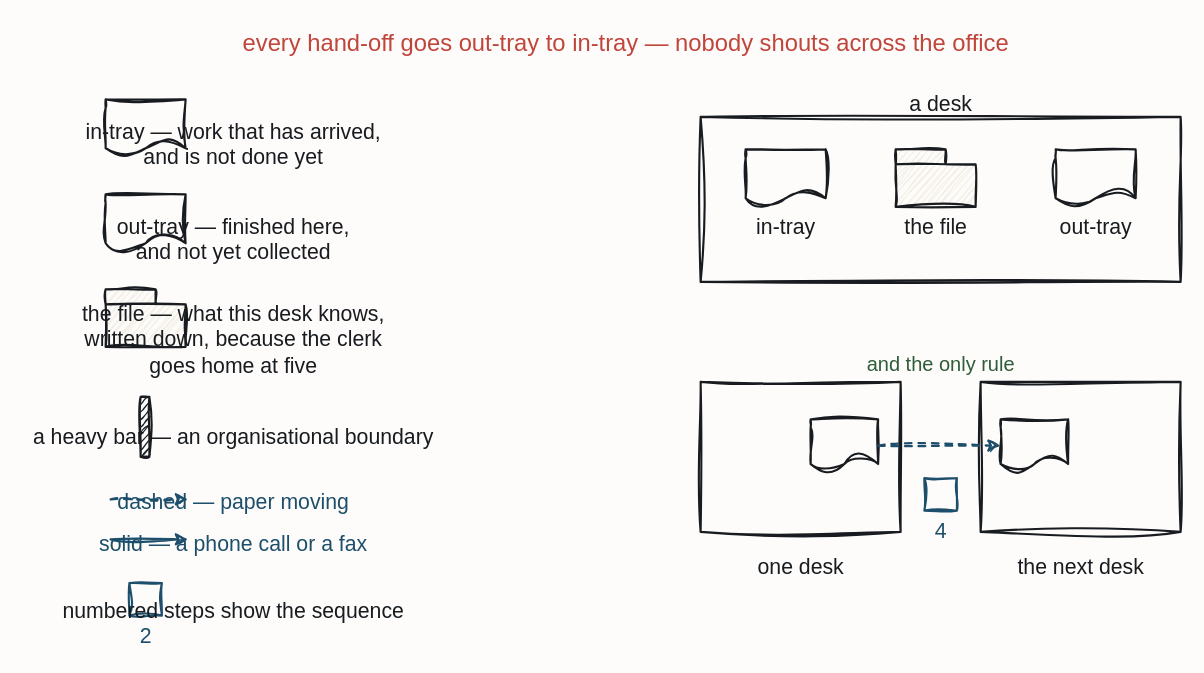
The draw.io diagram resources/paper-notation-key.drawio in iancooper/practical-messaging, before the edit. Source tidied: cells renumbered, new cells numbered last; positions are measured from the earlier drawing's top-left corner, leaving out a move shared by most shapes. Both pictures are drawn from the tidied source at 125%, with x=0, y=0 at pixel (105, 21).
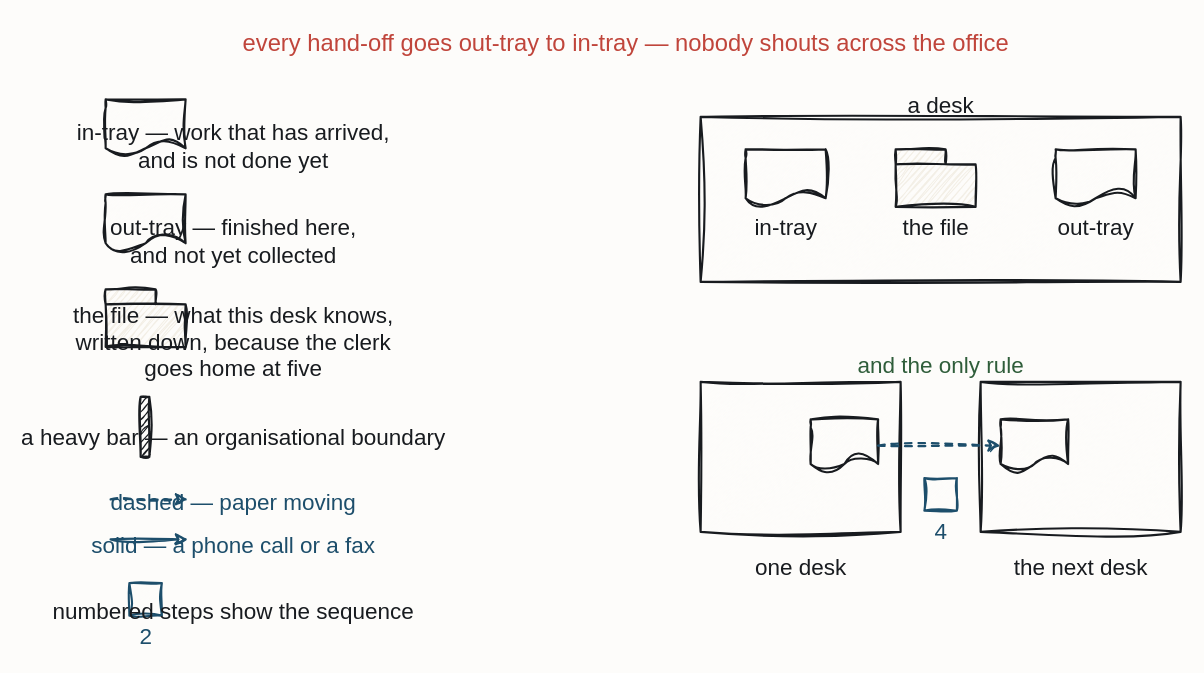
Above is the later version.

Unchanged cells that the change refers to:
```xml
<mxCell id="23" style="sketch=1;hachureGap=4;jiggle=2;curveFitting=1;fontFamily=Caveat;html=1;shape=document;boundedLbl=1;verticalLabelPosition=bottom;verticalAlign=top;strokeColor=#181B1F;strokeWidth=1.7;fillColor=#FDFCFA;fontColor=#181B1F;fontSize=13;" parent="1" vertex="1">
  <mxGeometry x="564" y="318" width="54" height="42" as="geometry" />
</mxCell>
<mxCell id="24" style="sketch=1;hachureGap=4;jiggle=2;curveFitting=1;fontFamily=Caveat;html=1;shape=document;boundedLbl=1;verticalLabelPosition=bottom;verticalAlign=top;strokeColor=#181B1F;strokeWidth=1.7;fillColor=#FDFCFA;fontColor=#181B1F;fontSize=13;" parent="1" vertex="1">
  <mxGeometry x="716" y="318" width="54" height="42" as="geometry" />
</mxCell>
```

Change to the diagram source:
```diff
@@
-    <mxCell id="4" value="in-tray — work that has arrived,&#10;and is not done yet" style="text;html=1;align=center;fontFamily=Caveat;fontSize=17;fontColor=#181B1F;" parent="1" vertex="1">
+    <mxCell id="4" value="in-tray — work that has arrived,&#10;and is not done yet" style="text;html=1;align=center;fontFamily=Caveat;fontSize=18;fontColor=#181B1F;" parent="1" vertex="1">
       <mxGeometry x="42" y="72" width="120" height="20" as="geometry" />
     </mxCell>
@@
-    <mxCell id="6" value="out-tray — finished here,&#10;and not yet collected" style="text;html=1;align=center;fontFamily=Caveat;fontSize=17;fontColor=#181B1F;" parent="1" vertex="1">
+    <mxCell id="6" value="out-tray — finished here,&#10;and not yet collected" style="text;html=1;align=center;fontFamily=Caveat;fontSize=18;fontColor=#181B1F;" parent="1" vertex="1">
       <mxGeometry x="42" y="148" width="120" height="20" as="geometry" />
     </mxCell>
@@
-    <mxCell id="8" value="the file — what this desk knows,&#10;written down, because the clerk&#10;goes home at five" style="text;html=1;align=center;fontFamily=Caveat;fontSize=17;fontColor=#181B1F;" parent="1" vertex="1">
+    <mxCell id="8" value="the file — what this desk knows,&#10;written down, because the clerk&#10;goes home at five" style="text;html=1;align=center;fontFamily=Caveat;fontSize=18;fontColor=#181B1F;" parent="1" vertex="1">
       <mxGeometry x="42" y="218" width="120" height="20" as="geometry" />
     </mxCell>
@@
-    <mxCell id="10" value="a heavy bar — an organisational boundary" style="text;html=1;align=center;fontFamily=Caveat;fontSize=17;fontColor=#181B1F;" parent="1" vertex="1">
+    <mxCell id="10" value="a heavy bar — an organisational boundary" style="text;html=1;align=center;fontFamily=Caveat;fontSize=18;fontColor=#181B1F;" parent="1" vertex="1">
       <mxGeometry x="42" y="316" width="120" height="20" as="geometry" />
     </mxCell>
-    <mxCell id="11" value="dashed — paper moving" style="text;html=1;align=center;fontFamily=Caveat;fontSize=17;fontColor=#1D4E6B;" parent="1" vertex="1">
+    <mxCell id="11" value="dashed — paper moving" style="text;html=1;align=center;fontFamily=Caveat;fontSize=18;fontColor=#1D4E6B;" parent="1" vertex="1">
       <mxGeometry x="42" y="368" width="120" height="20" as="geometry" />
     </mxCell>
-    <mxCell id="12" value="solid — a phone call or a fax" style="text;html=1;align=center;fontFamily=Caveat;fontSize=17;fontColor=#1D4E6B;" parent="1" vertex="1">
+    <mxCell id="12" value="solid — a phone call or a fax" style="text;html=1;align=center;fontFamily=Caveat;fontSize=18;fontColor=#1D4E6B;" parent="1" vertex="1">
       <mxGeometry x="42" y="402" width="120" height="20" as="geometry" />
     </mxCell>
-    <mxCell id="13" value="2" style="sketch=1;hachureGap=4;jiggle=2;curveFitting=1;fontFamily=Caveat;html=1;rounded=0;verticalLabelPosition=bottom;verticalAlign=top;strokeColor=#1D4E6B;strokeWidth=1.7;fillColor=#FDFCFA;fontColor=#1D4E6B;fontSize=17;" parent="1" vertex="1">
+    <mxCell id="13" value="2" style="sketch=1;hachureGap=4;jiggle=2;curveFitting=1;fontFamily=Caveat;html=1;rounded=0;verticalLabelPosition=bottom;verticalAlign=top;strokeColor=#1D4E6B;strokeWidth=1.7;fillColor=#FDFCFA;fontColor=#1D4E6B;fontSize=18;" parent="1" vertex="1">
       <mxGeometry x="19" y="449" width="26" height="26" as="geometry" />
     </mxCell>
-    <mxCell id="14" value="numbered steps show the sequence" style="text;html=1;align=center;fontFamily=Caveat;fontSize=17;fontColor=#181B1F;" parent="1" vertex="1">
+    <mxCell id="14" value="numbered steps show the sequence" style="text;html=1;align=center;fontFamily=Caveat;fontSize=18;fontColor=#181B1F;" parent="1" vertex="1">
       <mxGeometry x="42" y="455" width="120" height="20" as="geometry" />
     </mxCell>
-    <mxCell id="15" value="a desk" style="text;html=1;align=center;fontFamily=Caveat;fontSize=17;fontColor=#181B1F;" parent="1" vertex="1">
+    <mxCell id="15" value="a desk" style="text;html=1;align=center;fontFamily=Caveat;fontSize=18;fontColor=#181B1F;" parent="1" vertex="1">
       <mxGeometry x="608" y="50" width="120" height="20" as="geometry" />
     </mxCell>
@@
-    <mxCell id="17" value="in-tray" style="sketch=1;hachureGap=4;jiggle=2;curveFitting=1;fontFamily=Caveat;html=1;shape=document;boundedLbl=1;verticalLabelPosition=bottom;verticalAlign=top;strokeColor=#181B1F;strokeWidth=1.7;fillColor=#FDFCFA;fontColor=#181B1F;fontSize=17;" parent="1" vertex="1">
+    <mxCell id="17" value="in-tray" style="sketch=1;hachureGap=4;jiggle=2;curveFitting=1;fontFamily=Caveat;html=1;shape=document;boundedLbl=1;verticalLabelPosition=bottom;verticalAlign=top;strokeColor=#181B1F;strokeWidth=1.7;fillColor=#FDFCFA;fontColor=#181B1F;fontSize=18;" parent="1" vertex="1">
       <mxGeometry x="512" y="102" width="64" height="46" as="geometry" />
     </mxCell>
-    <mxCell id="18" value="the file" style="sketch=1;hachureGap=4;jiggle=2;curveFitting=1;fontFamily=Caveat;html=1;shape=folder;tabWidth=40;tabHeight=12;tabPosition=left;verticalLabelPosition=bottom;verticalAlign=top;strokeColor=#181B1F;strokeWidth=1.7;fillColor=#F3EFE6;fontColor=#181B1F;fontSize=17;" parent="1" vertex="1">
+    <mxCell id="18" value="the file" style="sketch=1;hachureGap=4;jiggle=2;curveFitting=1;fontFamily=Caveat;html=1;shape=folder;tabWidth=40;tabHeight=12;tabPosition=left;verticalLabelPosition=bottom;verticalAlign=top;strokeColor=#181B1F;strokeWidth=1.7;fillColor=#F3EFE6;fontColor=#181B1F;fontSize=18;" parent="1" vertex="1">
       <mxGeometry x="632" y="102" width="64" height="46" as="geometry" />
     </mxCell>
-    <mxCell id="19" value="out-tray" style="sketch=1;hachureGap=4;jiggle=2;curveFitting=1;fontFamily=Caveat;html=1;shape=document;boundedLbl=1;verticalLabelPosition=bottom;verticalAlign=top;strokeColor=#181B1F;strokeWidth=1.7;fillColor=#FDFCFA;fontColor=#181B1F;fontSize=17;" parent="1" vertex="1">
+    <mxCell id="19" value="out-tray" style="sketch=1;hachureGap=4;jiggle=2;curveFitting=1;fontFamily=Caveat;html=1;shape=document;boundedLbl=1;verticalLabelPosition=bottom;verticalAlign=top;strokeColor=#181B1F;strokeWidth=1.7;fillColor=#FDFCFA;fontColor=#181B1F;fontSize=18;" parent="1" vertex="1">
       <mxGeometry x="760" y="102" width="64" height="46" as="geometry" />
     </mxCell>
-    <mxCell id="20" value="and the only rule" style="text;html=1;align=center;fontFamily=Caveat;fontSize=16;fontColor=#2F5D3A;" parent="1" vertex="1">
+    <mxCell id="20" value="and the only rule" style="text;html=1;align=center;fontFamily=Caveat;fontSize=18;fontColor=#2F5D3A;" parent="1" vertex="1">
       <mxGeometry x="608" y="258" width="120" height="20" as="geometry" />
     </mxCell>
@@
-    <mxCell id="25" value="4" style="sketch=1;hachureGap=4;jiggle=2;curveFitting=1;fontFamily=Caveat;html=1;rounded=0;verticalLabelPosition=bottom;verticalAlign=top;strokeColor=#1D4E6B;strokeWidth=1.7;fillColor=#FDFCFA;fontColor=#1D4E6B;fontSize=17;" parent="1" vertex="1">
+    <mxCell id="25" value="4" style="sketch=1;hachureGap=4;jiggle=2;curveFitting=1;fontFamily=Caveat;html=1;rounded=0;verticalLabelPosition=bottom;verticalAlign=top;strokeColor=#1D4E6B;strokeWidth=1.7;fillColor=#FDFCFA;fontColor=#1D4E6B;fontSize=18;" parent="1" vertex="1">
       <mxGeometry x="655" y="365" width="26" height="26" as="geometry" />
     </mxCell>
-    <mxCell id="26" value="one desk" style="text;html=1;align=center;fontFamily=Caveat;fontSize=17;fontColor=#181B1F;" parent="1" vertex="1">
+    <mxCell id="26" value="one desk" style="text;html=1;align=center;fontFamily=Caveat;fontSize=18;fontColor=#181B1F;" parent="1" vertex="1">
       <mxGeometry x="496" y="420" width="120" height="20" as="geometry" />
     </mxCell>
-    <mxCell id="27" value="the next desk" style="text;html=1;align=center;fontFamily=Caveat;fontSize=17;fontColor=#181B1F;" parent="1" vertex="1">
+    <mxCell id="27" value="the next desk" style="text;html=1;align=center;fontFamily=Caveat;fontSize=18;fontColor=#181B1F;" parent="1" vertex="1">
       <mxGeometry x="720" y="420" width="120" height="20" as="geometry" />
     </mxCell>
-    <mxCell id="28" style="sketch=1;jiggle=2;curveFitting=1;edgeStyle=none;rounded=0;strokeColor=#1D4E6B;strokeWidth=1.8;fontFamily=Caveat;fontSize=17;fontColor=#1D4E6B;html=1;dashed=1;" parent="1" edge="1">
+    <mxCell id="28" style="sketch=1;jiggle=2;curveFitting=1;edgeStyle=none;rounded=0;strokeColor=#1D4E6B;strokeWidth=1.8;fontFamily=Caveat;fontSize=18;fontColor=#1D4E6B;html=1;dashed=1;" parent="1" edge="1">
       <mxGeometry relative="1" as="geometry">
         <mxPoint x="4" y="382" as="sourcePoint" />
         <mxPoint x="66" y="382" as="targetPoint" />
       </mxGeometry>
     </mxCell>
-    <mxCell id="29" style="sketch=1;jiggle=2;curveFitting=1;edgeStyle=none;rounded=0;strokeColor=#1D4E6B;strokeWidth=1.8;fontFamily=Caveat;fontSize=17;fontColor=#1D4E6B;html=1;" parent="1" edge="1">
+    <mxCell id="29" style="sketch=1;jiggle=2;curveFitting=1;edgeStyle=none;rounded=0;strokeColor=#1D4E6B;strokeWidth=1.8;fontFamily=Caveat;fontSize=18;fontColor=#1D4E6B;html=1;" parent="1" edge="1">
       <mxGeometry relative="1" as="geometry">
         <mxPoint x="4" y="414" as="sourcePoint" />
         <mxPoint x="66" y="414" as="targetPoint" />
       </mxGeometry>
     </mxCell>
-    <mxCell id="30" style="sketch=1;jiggle=2;curveFitting=1;edgeStyle=none;rounded=0;strokeColor=#1D4E6B;strokeWidth=1.8;fontFamily=Caveat;fontSize=17;fontColor=#1D4E6B;html=1;dashed=1;exitX=1.0;exitY=0.5;exitDx=0;exitDy=0;entryX=0.0;entryY=0.5;entryDx=0;entryDy=0;" parent="1" edge="1" source="23" target="24">
+    <mxCell id="30" style="sketch=1;jiggle=2;curveFitting=1;edgeStyle=none;rounded=0;strokeColor=#1D4E6B;strokeWidth=1.8;fontFamily=Caveat;fontSize=18;fontColor=#1D4E6B;html=1;dashed=1;exitX=1.0;exitY=0.5;exitDx=0;exitDy=0;entryX=0.0;entryY=0.5;entryDx=0;entryDy=0;" parent="1" edge="1" source="23" target="24">
       <mxGeometry relative="1" as="geometry" />
     </mxCell>
```
